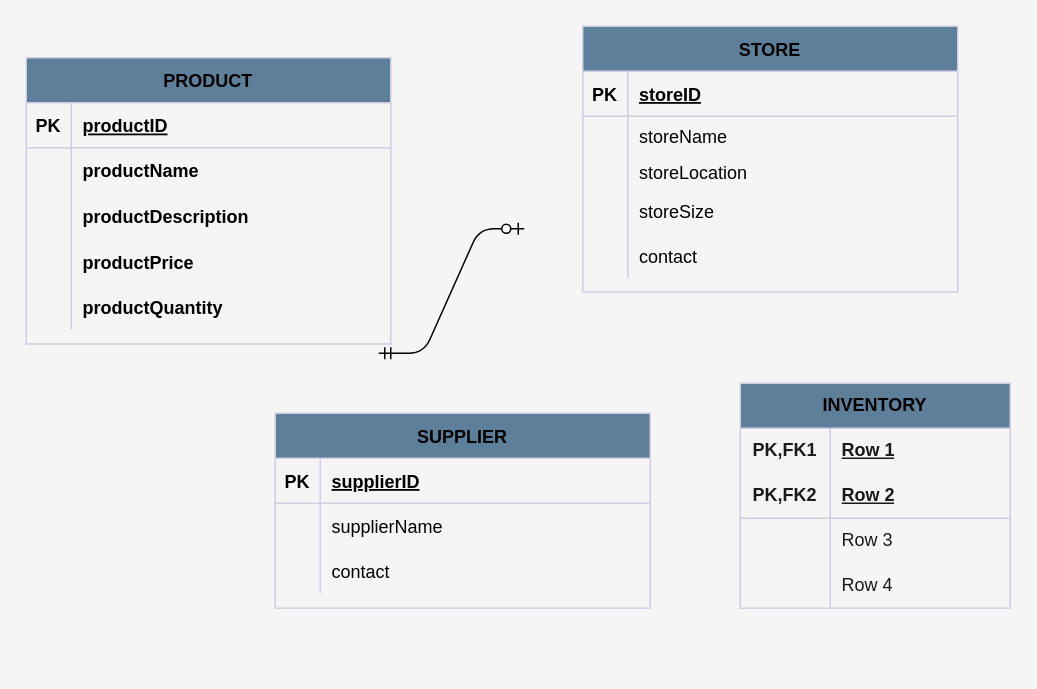
This is Inventory Management.drawio from PLP-assignments/Database-ERD, a draw.io file, before an edit. Source tidied: cells renumbered, new cells numbered last; positions are measured from the earlier drawing's top-left corner, leaving out a move shared by most shapes. Both pictures are drawn from the tidied source at 150%, with x=0, y=0 at pixel (26, 26).
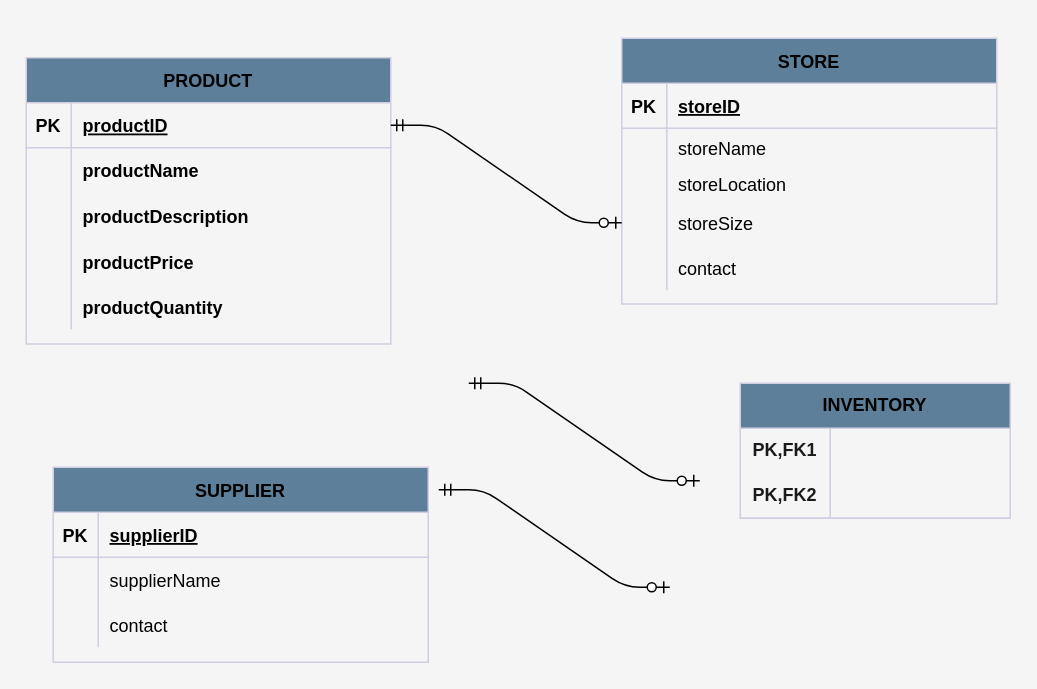
After the change.

Unchanged cells that the change refers to:
```xml
<mxCell id="12" style="shape=partialRectangle;fillColor=none;points=[[0,0.5],[1,0.5]];portConstraint=eastwest;top=0;left=0;right=0;bottom=0;labelBackgroundColor=none;strokeColor=#D0CEE2;fontColor=default;swimlaneLine=1;shadow=0;" parent="2" vertex="1">
  <mxGeometry y="108" width="250" height="30" as="geometry" />
</mxCell>
<mxCell id="29" style="shape=partialRectangle;fillColor=none;points=[[0,0.5],[1,0.5]];portConstraint=eastwest;top=0;left=0;right=0;bottom=1;labelBackgroundColor=none;strokeColor=#D0CEE2;fontColor=default;swimlaneLine=1;shadow=0;" parent="28" vertex="1">
  <mxGeometry y="30" width="243" height="30" as="geometry" />
</mxCell>
<mxCell id="47" style="shape=tableRow;horizontal=0;startSize=0;swimlaneHead=0;swimlaneBody=0;fillColor=none;top=0;left=0;right=0;bottom=0;html=1;strokeColor=#D0CEE2;fontColor=#1A1A1A;" parent="46" vertex="1">
  <mxGeometry y="30" width="180" height="30" as="geometry" />
</mxCell>
<mxCell id="50" style="shape=tableRow;horizontal=0;startSize=0;swimlaneHead=0;swimlaneBody=0;fillColor=none;top=0;left=0;right=0;bottom=1;html=1;strokeColor=#D0CEE2;fontColor=#1A1A1A;" parent="46" vertex="1">
  <mxGeometry y="60" width="180" height="30" as="geometry" />
</mxCell>
```

The edit, as a diff of the source:
```diff
@@
     <mxCell id="2" value="STORE" style="shape=table;startSize=30;childLayout=tableLayout;rowLines=0;fontStyle=1;align=center;labelBackgroundColor=none;fillColor=#5D7F99;strokeColor=#D0CEE2;fontColor=default;swimlaneLine=1;shadow=0;" parent="1" vertex="1">
-      <mxGeometry x="371" width="250" height="177.2" as="geometry" />
+      <mxGeometry x="397" y="8" width="250" height="177.2" as="geometry" />
     </mxCell>
@@
     <mxCell id="18" value="SUPPLIER" style="shape=table;startSize=30;childLayout=tableLayout;rowLines=0;fontStyle=1;align=center;labelBackgroundColor=none;fillColor=#5D7F99;strokeColor=#D0CEE2;fontColor=default;swimlaneLine=1;shadow=0;" parent="1" vertex="1">
-      <mxGeometry x="166" y="258" width="250" height="130" as="geometry" />
+      <mxGeometry x="18" y="294" width="250" height="130" as="geometry" />
     </mxCell>
@@
-    <mxCell id="45" style="edgeStyle=entityRelationEdgeStyle;fontSize=12;html=1;endArrow=ERzeroToOne;startArrow=ERmandOne;rounded=1;strokeColor=#000000;fontColor=#1A1A1A;curved=0;" parent="1" edge="1">
+    <mxCell id="45" style="edgeStyle=entityRelationEdgeStyle;fontSize=12;html=1;endArrow=ERzeroToOne;startArrow=ERmandOne;rounded=1;strokeColor=#000000;fontColor=#1A1A1A;curved=0;exitX=1;exitY=0.5;exitDx=0;exitDy=0;" parent="1" edge="1" source="29" target="12">
       <mxGeometry relative="1" as="geometry">
-        <mxPoint x="235" y="218" as="sourcePoint" />
-        <mxPoint x="332" y="135" as="targetPoint" />
         <Array as="points">
-          <mxPoint x="311" y="228" />
-          <mxPoint x="306" y="191" />
+          <mxPoint x="245" y="169" />
+          <mxPoint x="339" y="62" />
+          <mxPoint x="336" y="128" />
+          <mxPoint x="311" y="155" />
+          <mxPoint x="341" y="171" />
+          <mxPoint x="336" y="134" />
         </Array>
       </mxGeometry>
     </mxCell>
     <mxCell id="46" value="&lt;font style=&quot;--darkreader-inline-color: #e8e6e3;&quot; color=&quot;#000000&quot;&gt;INVENTORY&lt;/font&gt;" style="shape=table;startSize=30;childLayout=tableLayout;rowLines=0;fontStyle=1;align=center;html=1;whiteSpace=wrap;strokeColor=#D0CEE2;fontColor=#1A1A1A;fillColor=#5D7F99;" parent="1" vertex="1">
-      <mxGeometry x="476" y="238" width="180" height="150" as="geometry" />
+      <mxGeometry x="476" y="238" width="180" height="90" as="geometry" />
     </mxCell>
@@
-    <mxCell id="49" value="Row 1" style="shape=partialRectangle;fillColor=none;top=0;left=0;bottom=0;right=0;align=left;spacingLeft=6;fontStyle=5;overflow=hidden;html=1;whiteSpace=wrap;strokeColor=#D0CEE2;fontColor=#1A1A1A;" parent="47" vertex="1">
+    <mxCell id="49" style="shape=partialRectangle;fillColor=none;top=0;left=0;bottom=0;right=0;align=left;spacingLeft=6;fontStyle=5;overflow=hidden;html=1;whiteSpace=wrap;strokeColor=#D0CEE2;fontColor=#1A1A1A;" parent="47" vertex="1">
       <mxGeometry x="60" width="120" height="30" as="geometry" />
     </mxCell>
@@
-    <mxCell id="52" value="Row 2" style="shape=partialRectangle;fillColor=none;top=0;left=0;bottom=0;right=0;align=left;spacingLeft=6;fontStyle=5;overflow=hidden;html=1;whiteSpace=wrap;strokeColor=#D0CEE2;fontColor=#1A1A1A;" parent="50" vertex="1">
+    <mxCell id="52" style="shape=partialRectangle;fillColor=none;top=0;left=0;bottom=0;right=0;align=left;spacingLeft=6;fontStyle=5;overflow=hidden;html=1;whiteSpace=wrap;strokeColor=#D0CEE2;fontColor=#1A1A1A;" parent="50" vertex="1">
       <mxGeometry x="60" width="120" height="30" as="geometry" />
     </mxCell>
-    <mxCell id="53" style="shape=tableRow;horizontal=0;startSize=0;swimlaneHead=0;swimlaneBody=0;fillColor=none;top=0;left=0;right=0;bottom=0;html=1;strokeColor=#D0CEE2;fontColor=#1A1A1A;" parent="46" vertex="1">
-      <mxGeometry y="90" width="180" height="30" as="geometry" />
-    </mxCell>
-    <mxCell id="54" style="shape=partialRectangle;fillColor=none;top=0;left=0;bottom=0;right=0;overflow=hidden;html=1;whiteSpace=wrap;strokeColor=#D0CEE2;fontColor=#1A1A1A;" parent="53" vertex="1">
-      <mxGeometry width="60" height="30" as="geometry" />
-    </mxCell>
-    <mxCell id="55" value="Row 3" style="shape=partialRectangle;fillColor=none;top=0;left=0;bottom=0;right=0;align=left;spacingLeft=6;overflow=hidden;html=1;whiteSpace=wrap;strokeColor=#D0CEE2;fontColor=#1A1A1A;" parent="53" vertex="1">
-      <mxGeometry x="60" width="120" height="30" as="geometry" />
-    </mxCell>
-    <mxCell id="56" style="shape=tableRow;horizontal=0;startSize=0;swimlaneHead=0;swimlaneBody=0;fillColor=none;top=0;left=0;right=0;bottom=0;html=1;strokeColor=#D0CEE2;fontColor=#1A1A1A;" parent="46" vertex="1">
-      <mxGeometry y="120" width="180" height="30" as="geometry" />
-    </mxCell>
-    <mxCell id="57" style="shape=partialRectangle;fillColor=none;top=0;left=0;bottom=0;right=0;overflow=hidden;html=1;whiteSpace=wrap;strokeColor=#D0CEE2;fontColor=#1A1A1A;" parent="56" vertex="1">
-      <mxGeometry width="60" height="30" as="geometry" />
-    </mxCell>
-    <mxCell id="58" value="Row 4" style="shape=partialRectangle;fillColor=none;top=0;left=0;bottom=0;right=0;align=left;spacingLeft=6;overflow=hidden;html=1;whiteSpace=wrap;strokeColor=#D0CEE2;fontColor=#1A1A1A;" parent="56" vertex="1">
-      <mxGeometry x="60" width="120" height="30" as="geometry" />
-    </mxCell>
+    <mxCell id="59" style="edgeStyle=entityRelationEdgeStyle;fontSize=12;html=1;endArrow=ERzeroToOne;startArrow=ERmandOne;rounded=1;strokeColor=#000000;fontColor=#1A1A1A;curved=0;exitX=1;exitY=0.5;exitDx=0;exitDy=0;" parent="1" edge="1">
+      <mxGeometry relative="1" as="geometry">
+        <mxPoint x="295" y="238" as="sourcePoint" />
+        <mxPoint x="449" y="303" as="targetPoint" />
+        <Array as="points">
+          <mxPoint x="297" y="341" />
+          <mxPoint x="391" y="234" />
+          <mxPoint x="388" y="300" />
+          <mxPoint x="363" y="327" />
+          <mxPoint x="393" y="343" />
+          <mxPoint x="388" y="306" />
+        </Array>
+      </mxGeometry>
+    </mxCell>
+    <mxCell id="60" style="edgeStyle=entityRelationEdgeStyle;fontSize=12;html=1;endArrow=ERzeroToOne;startArrow=ERmandOne;rounded=1;strokeColor=#000000;fontColor=#1A1A1A;curved=0;exitX=1;exitY=0.5;exitDx=0;exitDy=0;" parent="1" edge="1">
+      <mxGeometry relative="1" as="geometry">
+        <mxPoint x="275" y="309" as="sourcePoint" />
+        <mxPoint x="429" y="374" as="targetPoint" />
+        <Array as="points">
+          <mxPoint x="312" y="526" />
+          <mxPoint x="392" y="495" />
+          <mxPoint x="357" y="506" />
+          <mxPoint x="277" y="412" />
+          <mxPoint x="371" y="305" />
+          <mxPoint x="368" y="371" />
+          <mxPoint x="343" y="398" />
+          <mxPoint x="373" y="414" />
+          <mxPoint x="368" y="377" />
+        </Array>
+      </mxGeometry>
+    </mxCell>
```
